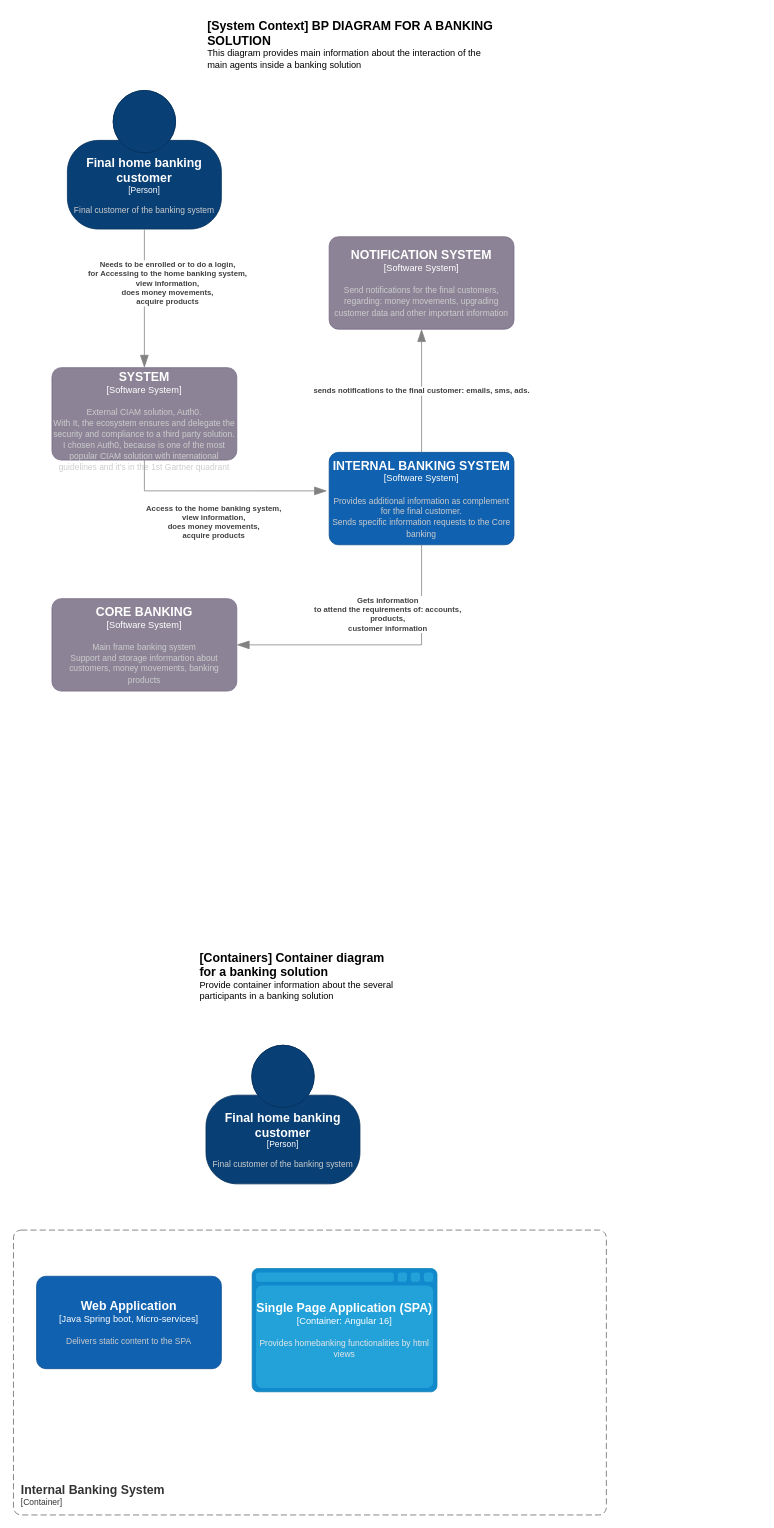
icoronadoarellano/devsuchallenge keeps this draw.io diagram as devsuC4BP_isaac_coronado.drawio. Above is the earlier version. Source tidied: cells renumbered, new cells numbered last; positions are measured from the earlier drawing's top-left corner, leaving out a move shared by most shapes. Both pictures are drawn from the tidied source at 77%, with x=0, y=0 at pixel (13, 13).
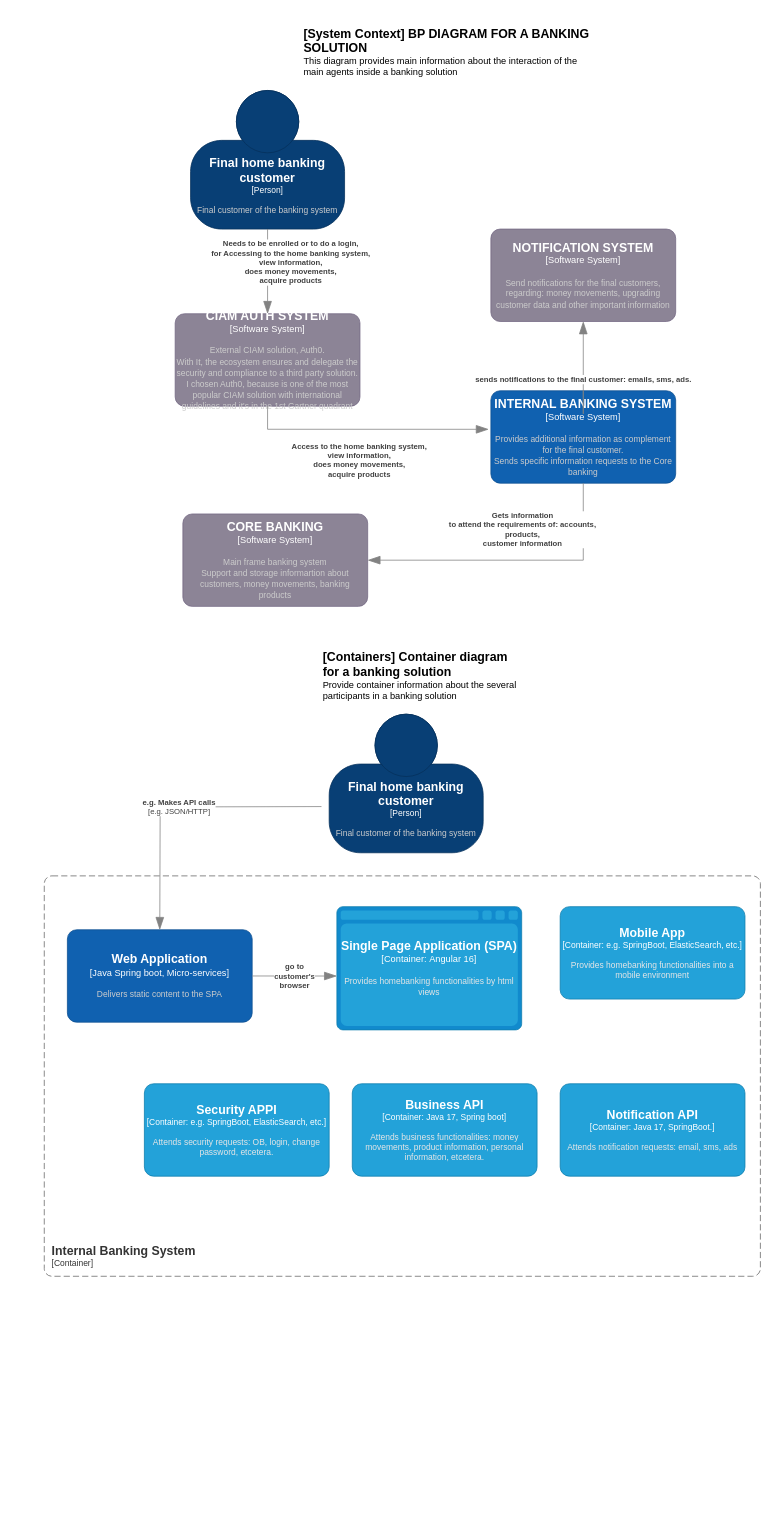
Above is the later version.

The edit, as a diff of the source:
```diff
@@
     <object id="2" label="&lt;font style=&quot;font-size: 16px&quot;&gt;&lt;b&gt;%c4Name%&lt;/b&gt;&lt;/font&gt;&lt;div&gt;[%c4Type%]&lt;/div&gt;&lt;br&gt;&lt;div&gt;&lt;font style=&quot;font-size: 11px&quot;&gt;&lt;font color=&quot;#cccccc&quot;&gt;%c4Description%&lt;/font&gt;&lt;/div&gt;" c4Description="Final customer of the banking system" c4Name="Final home banking customer" c4Type="Person" placeholders="1">
       <mxCell style="html=1;fontSize=11;dashed=0;whiteSpace=wrap;fillColor=#083F75;strokeColor=#06315C;fontColor=#ffffff;shape=mxgraph.c4.person2;align=center;points=[[0.5,0,0],[1,0.5,0],[1,0.75,0],[0.75,1,0],[0.5,1,0],[0.25,1,0],[0,0.75,0],[0,0.5,0]];" parent="1" vertex="1">
-        <mxGeometry x="70" y="100" width="200" height="180" as="geometry" />
+        <mxGeometry x="230" y="100" width="200" height="180" as="geometry" />
       </mxCell>
     </object>
     <object id="3" label="&lt;font style=&quot;font-size: 16px&quot;&gt;&lt;b&gt;%c4Name%&lt;/b&gt;&lt;/font&gt;&lt;div&gt;[%c4Type%]&lt;/div&gt;&lt;br&gt;&lt;div&gt;&lt;font style=&quot;font-size: 11px&quot;&gt;&lt;font color=&quot;#cccccc&quot;&gt;%c4Description%&lt;/font&gt;&lt;/div&gt;" c4Description="Main frame banking system&#10;Support and storage informartion about customers, money movements, banking products" c4Name="CORE BANKING" c4Type="Software System" placeholders="1">
       <mxCell style="rounded=1;whiteSpace=wrap;html=1;labelBackgroundColor=none;fillColor=#8C8496;fontColor=#ffffff;align=center;arcSize=10;strokeColor=#736782;points=[[0.25,0,0],[0.5,0,0],[0.75,0,0],[1,0.25,0],[1,0.5,0],[1,0.75,0],[0.75,1,0],[0.5,1,0],[0.25,1,0],[0,0.75,0],[0,0.5,0],[0,0.25,0]];" parent="1" vertex="1">
-        <mxGeometry x="50" y="760" width="240" height="120" as="geometry" />
+        <mxGeometry x="220" y="650" width="240" height="120" as="geometry" />
       </mxCell>
     </object>
     <object id="4" label="&lt;font style=&quot;font-size: 16px&quot;&gt;&lt;b&gt;%c4Name%&lt;/b&gt;&lt;/font&gt;&lt;div&gt;[%c4Type%]&lt;/div&gt;&lt;br&gt;&lt;div&gt;&lt;font style=&quot;font-size: 11px&quot;&gt;&lt;font color=&quot;#cccccc&quot;&gt;%c4Description%&lt;/font&gt;&lt;/div&gt;" c4Description="Provides additional information as complement for the final customer.&#10;Sends specific information requests to the Core banking  " c4Name="INTERNAL BANKING SYSTEM" c4Type="Software System" placeholders="1">
       <mxCell style="rounded=1;whiteSpace=wrap;html=1;labelBackgroundColor=none;fillColor=#1061B0;fontColor=#ffffff;align=center;arcSize=10;strokeColor=#0D5091;points=[[0.25,0,0],[0.5,0,0],[0.75,0,0],[1,0.25,0],[1,0.5,0],[1,0.75,0],[0.75,1,0],[0.5,1,0],[0.25,1,0],[0,0.75,0],[0,0.5,0],[0,0.25,0]];" parent="1" vertex="1">
-        <mxGeometry x="410" y="570" width="240" height="120" as="geometry" />
+        <mxGeometry x="620" y="490" width="240" height="120" as="geometry" />
       </mxCell>
     </object>
     <object id="5" label="&lt;font style=&quot;font-size: 16px&quot;&gt;&lt;b&gt;%c4Name%&lt;/b&gt;&lt;/font&gt;&lt;div&gt;[%c4Type%]&lt;/div&gt;&lt;br&gt;&lt;div&gt;&lt;font style=&quot;font-size: 11px&quot;&gt;&lt;font color=&quot;#cccccc&quot;&gt;%c4Description%&lt;/font&gt;&lt;/div&gt;" c4Description="Send notifications for the final customers, regarding: money movements, upgrading customer data and other important information" c4Name="NOTIFICATION SYSTEM" c4Type="Software System" placeholders="1">
       <mxCell style="rounded=1;whiteSpace=wrap;html=1;labelBackgroundColor=none;fillColor=#8C8496;fontColor=#ffffff;align=center;arcSize=10;strokeColor=#736782;points=[[0.25,0,0],[0.5,0,0],[0.75,0,0],[1,0.25,0],[1,0.5,0],[1,0.75,0],[0.75,1,0],[0.5,1,0],[0.25,1,0],[0,0.75,0],[0,0.5,0],[0,0.25,0]];" parent="1" vertex="1">
-        <mxGeometry x="410" y="290" width="240" height="120" as="geometry" />
+        <mxGeometry x="620" y="280" width="240" height="120" as="geometry" />
       </mxCell>
     </object>
     <object id="6" label="&lt;font style=&quot;font-size: 16px&quot;&gt;&lt;b&gt;&lt;div style=&quot;text-align: left&quot;&gt;%c4Name%&lt;/div&gt;&lt;/b&gt;&lt;/font&gt;&lt;div style=&quot;text-align: left&quot;&gt;%c4Description%&lt;/div&gt;" c4Description="This diagram provides main information about the interaction of the main agents inside a banking solution" c4Name="[System Context] BP DIAGRAM FOR A BANKING SOLUTION" placeholders="1">
       <mxCell style="text;html=1;strokeColor=none;fillColor=none;align=left;verticalAlign=top;whiteSpace=wrap;rounded=0;" parent="1" vertex="1">
-        <mxGeometry x="250" width="380" height="40" as="geometry" />
+        <mxGeometry x="375" y="10" width="380" height="40" as="geometry" />
       </mxCell>
     </object>
-    <object id="7" label="&lt;font style=&quot;font-size: 16px&quot;&gt;&lt;b&gt;%c4Name%&lt;/b&gt;&lt;/font&gt;&lt;div&gt;[%c4Type%]&lt;/div&gt;&lt;br&gt;&lt;div&gt;&lt;font style=&quot;font-size: 11px&quot;&gt;&lt;font color=&quot;#cccccc&quot;&gt;%c4Description%&lt;/font&gt;&lt;/div&gt;" c4Description="External CIAM solution, Auth0.&#10;With It, the ecosystem ensures and delegate the security and compliance to a third party solution.&#10;I chosen Auth0, because is one of the most popular CIAM solution with international guidelines and it's in the 1st Gartner quadrant" c4Name="CIAM AUTHORIZATION SYSTEM" c4Type="Software System" placeholders="1">
+    <object id="7" label="&lt;font style=&quot;font-size: 16px&quot;&gt;&lt;b&gt;%c4Name%&lt;/b&gt;&lt;/font&gt;&lt;div&gt;[%c4Type%]&lt;/div&gt;&lt;br&gt;&lt;div&gt;&lt;font style=&quot;font-size: 11px&quot;&gt;&lt;font color=&quot;#cccccc&quot;&gt;%c4Description%&lt;/font&gt;&lt;/div&gt;" c4Description="External CIAM solution, Auth0.&#10;With It, the ecosystem ensures and delegate the security and compliance to a third party solution.&#10;I chosen Auth0, because is one of the most popular CIAM solution with international guidelines and it's in the 1st Gartner quadrant" c4Name="CIAM AUTH SYSTEM" c4Type="Software System" placeholders="1">
       <mxCell style="rounded=1;whiteSpace=wrap;html=1;labelBackgroundColor=none;fillColor=#8C8496;fontColor=#ffffff;align=center;arcSize=10;strokeColor=#736782;points=[[0.25,0,0],[0.5,0,0],[0.75,0,0],[1,0.25,0],[1,0.5,0],[1,0.75,0],[0.75,1,0],[0.5,1,0],[0.25,1,0],[0,0.75,0],[0,0.5,0],[0,0.25,0]];" parent="1" vertex="1">
-        <mxGeometry x="50" y="460" width="240" height="120" as="geometry" />
+        <mxGeometry x="210" y="390" width="240" height="120" as="geometry" />
       </mxCell>
     </object>
@@
     <object id="9" label="&lt;div style=&quot;text-align: left&quot;&gt;&lt;div style=&quot;text-align: center&quot;&gt;&lt;b&gt;%c4Description%&lt;/b&gt;&lt;/div&gt;" c4Description="Access to the home banking system,&#10; view information,&#10; does money movements,&#10; acquire products" placeholders="1">
       <mxCell style="endArrow=blockThin;html=1;fontSize=10;fontColor=#404040;strokeWidth=1;endFill=1;strokeColor=#828282;elbow=vertical;endSize=14;startSize=14;jumpStyle=arc;jumpSize=16;rounded=0;edgeStyle=orthogonalEdgeStyle;exitX=0.5;exitY=1;exitDx=0;exitDy=0;exitPerimeter=0;entryX=-0.012;entryY=0.417;entryDx=0;entryDy=0;entryPerimeter=0;" parent="1" edge="1" source="7" target="4">
         <mxGeometry x="-0.06" y="-40" relative="1" as="geometry">
           <Array as="points">
-            <mxPoint x="170" y="620" />
+            <mxPoint x="330" y="540" />
           </Array>
         </mxGeometry>
       </mxCell>
     </object>
@@
     <object id="11" label="&lt;div style=&quot;text-align: left&quot;&gt;&lt;div style=&quot;text-align: center&quot;&gt;&lt;b&gt;%c4Description%&lt;/b&gt;&lt;/div&gt;" c4Description="sends notifications to the final customer: emails, sms, ads.&#10;" placeholders="1">
       <mxCell style="endArrow=blockThin;html=1;fontSize=10;fontColor=#404040;strokeWidth=1;endFill=1;strokeColor=#828282;elbow=vertical;endSize=14;startSize=14;jumpStyle=arc;jumpSize=16;rounded=0;edgeStyle=orthogonalEdgeStyle;exitX=0.5;exitY=0;exitDx=0;exitDy=0;exitPerimeter=0;entryX=0.5;entryY=1;entryDx=0;entryDy=0;entryPerimeter=0;" parent="1" edge="1" source="4" target="5">
         <mxGeometry relative="1" as="geometry">
           <Array as="points">
-            <mxPoint x="530" y="420" />
+            <mxPoint x="740" y="520" />
           </Array>
         </mxGeometry>
       </mxCell>
     </object>
     <object id="12" label="&lt;font style=&quot;font-size: 16px&quot;&gt;&lt;b&gt;%c4Name%&lt;/b&gt;&lt;/font&gt;&lt;div&gt;[%c4Type%]&lt;/div&gt;&lt;br&gt;&lt;div&gt;&lt;font style=&quot;font-size: 11px&quot;&gt;&lt;font color=&quot;#cccccc&quot;&gt;%c4Description%&lt;/font&gt;&lt;/div&gt;" c4Description="Final customer of the banking system" c4Name="Final home banking customer" c4Type="Person" placeholders="1">
       <mxCell style="html=1;fontSize=11;dashed=0;whiteSpace=wrap;fillColor=#083F75;strokeColor=#06315C;fontColor=#ffffff;shape=mxgraph.c4.person2;align=center;" parent="1" vertex="1">
-        <mxGeometry x="250" y="1340" width="200" height="180" as="geometry" />
+        <mxGeometry x="410" y="910" width="200" height="180" as="geometry" />
       </mxCell>
     </object>
     <object id="13" label="&lt;font style=&quot;font-size: 16px&quot;&gt;&lt;b&gt;&lt;div style=&quot;text-align: left&quot;&gt;%c4Name%&lt;/div&gt;&lt;/b&gt;&lt;/font&gt;&lt;div style=&quot;text-align: left&quot;&gt;%c4Description%&lt;/div&gt;" c4Description="Provide container information about the several participants in a banking solution" c4Name="[Containers] Container diagram for a banking solution" placeholders="1">
       <mxCell style="text;html=1;strokeColor=none;fillColor=none;align=left;verticalAlign=top;whiteSpace=wrap;rounded=0;" parent="1" vertex="1">
-        <mxGeometry x="240" y="1210" width="260" height="40" as="geometry" />
+        <mxGeometry x="400" y="820" width="260" height="40" as="geometry" />
       </mxCell>
     </object>
     <object id="14" label="&lt;font style=&quot;font-size: 16px&quot;&gt;&lt;b&gt;&lt;div style=&quot;text-align: left&quot;&gt;%c4Name%&lt;/div&gt;&lt;/b&gt;&lt;/font&gt;&lt;div style=&quot;text-align: left&quot;&gt;[%c4Application%]&lt;/div&gt;" c4Application="Container" c4Name="Internal Banking System" placeholders="1">
       <mxCell style="rounded=1;fontSize=11;whiteSpace=wrap;html=1;dashed=1;arcSize=20;fillColor=none;strokeColor=#666666;fontColor=#333333;labelBackgroundColor=none;align=left;verticalAlign=bottom;labelBorderColor=none;spacingTop=0;spacing=10;dashPattern=8 4;perimeter=rectanglePerimeter;noLabel=0;labelPadding=0;absoluteArcSize=1;" parent="1" vertex="1">
-        <mxGeometry y="1580" width="770" height="370" as="geometry" />
+        <mxGeometry x="40" y="1120" width="930" height="520" as="geometry" />
       </mxCell>
     </object>
     <object id="15" label="&lt;font style=&quot;font-size: 16px&quot;&gt;&lt;b&gt;%c4Name%&lt;/b&gt;&lt;/font&gt;&lt;div&gt;[%c4Type%]&lt;/div&gt;&lt;br&gt;&lt;div&gt;&lt;font style=&quot;font-size: 11px&quot;&gt;&lt;font color=&quot;#cccccc&quot;&gt;%c4Description%&lt;/font&gt;&lt;/div&gt;" c4Description="Delivers static content to the SPA" c4Name="Web Application" c4Type="Java Spring boot, Micro-services" placeholders="1">
       <mxCell style="rounded=1;whiteSpace=wrap;html=1;labelBackgroundColor=none;fillColor=#1061B0;fontColor=#ffffff;align=center;arcSize=10;strokeColor=#0D5091;points=[[0.25,0,0],[0.5,0,0],[0.75,0,0],[1,0.25,0],[1,0.5,0],[1,0.75,0],[0.75,1,0],[0.5,1,0],[0.25,1,0],[0,0.75,0],[0,0.5,0],[0,0.25,0]];" parent="1" vertex="1">
-        <mxGeometry x="30" y="1640" width="240" height="120" as="geometry" />
+        <mxGeometry x="70" y="1190" width="240" height="120" as="geometry" />
       </mxCell>
     </object>
     <object id="16" label="&lt;font style=&quot;font-size: 16px&quot;&gt;&lt;b&gt;%c4Name%&lt;/b&gt;&lt;/font&gt;&lt;div&gt;[%c4Type%:&amp;nbsp;%c4Technology%]&lt;/div&gt;&lt;br&gt;&lt;div&gt;&lt;font style=&quot;font-size: 11px&quot;&gt;&lt;font color=&quot;#E6E6E6&quot;&gt;%c4Description%&lt;/font&gt;&lt;/div&gt;" c4Description="Provides homebanking functionalities by html views" c4Name="Single Page Application (SPA)" c4Technology="Angular 16" c4Type="Container" placeholders="1">
-      <mxCell style="shape=mxgraph.c4.webBrowserContainer2;whiteSpace=wrap;html=1;boundedLbl=1;rounded=0;labelBackgroundColor=none;strokeColor=#118ACD;fillColor=#23A2D9;strokeColor=#118ACD;strokeColor2=#0E7DAD;fontSize=12;fontColor=#ffffff;align=center;points=[[0.5,0,0],[1,0.25,0],[1,0.5,0],[1,0.75,0],[0.5,1,0],[0,0.75,0],[0,0.5,0],[0,0.25,0]];" parent="1" vertex="1">
-        <mxGeometry x="310" y="1630" width="240" height="160" as="geometry" />
+      <mxCell style="shape=mxgraph.c4.webBrowserContainer2;whiteSpace=wrap;html=1;boundedLbl=1;rounded=0;labelBackgroundColor=none;strokeColor=#118ACD;fillColor=#23A2D9;strokeColor=#118ACD;strokeColor2=#0E7DAD;fontSize=12;fontColor=#ffffff;align=center;points=[[0.5,0,0],[1,0.25,0],[1,0.5,0],[1,0.75,0],[0.5,1,0],[0,0.75,0],[0,0.5,0],[0,0.25,0]];shadow=0;" parent="1" vertex="1">
+        <mxGeometry x="420" y="1160" width="240" height="160" as="geometry" />
       </mxCell>
     </object>
+    <object id="17" label="&lt;div style=&quot;text-align: left&quot;&gt;&lt;div style=&quot;text-align: center&quot;&gt;&lt;b&gt;%c4Description%&lt;/b&gt;&lt;/div&gt;" c4Description="go to&#10;customer's&#10; browser" placeholders="1">
+      <mxCell style="endArrow=blockThin;html=1;fontSize=10;fontColor=#404040;strokeWidth=1;endFill=1;strokeColor=#828282;elbow=vertical;endSize=14;startSize=14;jumpStyle=arc;jumpSize=16;rounded=0;edgeStyle=orthogonalEdgeStyle;exitX=1;exitY=0.5;exitDx=0;exitDy=0;exitPerimeter=0;entryX=0;entryY=0.563;entryDx=0;entryDy=0;entryPerimeter=0;" parent="1" edge="1" source="15" target="16">
+        <mxGeometry relative="1" as="geometry" />
+      </mxCell>
+    </object>
+    <object id="18" label="&lt;font style=&quot;font-size: 16px&quot;&gt;&lt;b&gt;%c4Name%&lt;/b&gt;&lt;/font&gt;&lt;div&gt;[%c4Type%: %c4Technology%]&lt;/div&gt;&lt;br&gt;&lt;div&gt;&lt;font style=&quot;font-size: 11px&quot;&gt;&lt;font color=&quot;#E6E6E6&quot;&gt;%c4Description%&lt;/font&gt;&lt;/div&gt;" c4Description="Provides homebanking functionalities into a mobile environment" c4Name="Mobile App" c4Technology="e.g. SpringBoot, ElasticSearch, etc." c4Type="Container" placeholders="1">
+      <mxCell style="rounded=1;whiteSpace=wrap;html=1;fontSize=11;labelBackgroundColor=none;fillColor=#23A2D9;fontColor=#ffffff;align=center;arcSize=10;strokeColor=#0E7DAD;" parent="1" vertex="1">
+        <mxGeometry x="710" y="1160" width="240" height="120" as="geometry" />
+      </mxCell>
+    </object>
+    <object id="19" label="&lt;font style=&quot;font-size: 16px&quot;&gt;&lt;b&gt;%c4Name%&lt;/b&gt;&lt;/font&gt;&lt;div&gt;[%c4Type%: %c4Technology%]&lt;/div&gt;&lt;br&gt;&lt;div&gt;&lt;font style=&quot;font-size: 11px&quot;&gt;&lt;font color=&quot;#E6E6E6&quot;&gt;%c4Description%&lt;/font&gt;&lt;/div&gt;" c4Description="Attends business functionalities: money movements, product information, personal information, etcetera." c4Name="Business API" c4Technology="Java 17, Spring boot" c4Type="Container" placeholders="1">
+      <mxCell style="rounded=1;whiteSpace=wrap;html=1;fontSize=11;labelBackgroundColor=none;fillColor=#23A2D9;fontColor=#ffffff;align=center;arcSize=10;strokeColor=#0E7DAD;" parent="1" vertex="1">
+        <mxGeometry x="440" y="1390" width="240" height="120" as="geometry" />
+      </mxCell>
+    </object>
+    <object id="20" label="&lt;font style=&quot;font-size: 16px&quot;&gt;&lt;b&gt;%c4Name%&lt;/b&gt;&lt;/font&gt;&lt;div&gt;[%c4Type%: %c4Technology%]&lt;/div&gt;&lt;br&gt;&lt;div&gt;&lt;font style=&quot;font-size: 11px&quot;&gt;&lt;font color=&quot;#E6E6E6&quot;&gt;%c4Description%&lt;/font&gt;&lt;/div&gt;" c4Description="Attends security requests: OB, login, change password, etcetera." c4Name="Security APPI" c4Technology="e.g. SpringBoot, ElasticSearch, etc." c4Type="Container" placeholders="1">
+      <mxCell style="rounded=1;whiteSpace=wrap;html=1;fontSize=11;labelBackgroundColor=none;fillColor=#23A2D9;fontColor=#ffffff;align=center;arcSize=10;strokeColor=#0E7DAD;" parent="1" vertex="1">
+        <mxGeometry x="170" y="1390" width="240" height="120" as="geometry" />
+      </mxCell>
+    </object>
+    <object id="21" label="&lt;font style=&quot;font-size: 16px&quot;&gt;&lt;b&gt;%c4Name%&lt;/b&gt;&lt;/font&gt;&lt;div&gt;[%c4Type%: %c4Technology%]&lt;/div&gt;&lt;br&gt;&lt;div&gt;&lt;font style=&quot;font-size: 11px&quot;&gt;&lt;font color=&quot;#E6E6E6&quot;&gt;%c4Description%&lt;/font&gt;&lt;/div&gt;" c4Description="Attends notification requests: email, sms, ads" c4Name="Notification API" c4Technology="Java 17, SpringBoot." c4Type="Container" placeholders="1">
+      <mxCell style="rounded=1;whiteSpace=wrap;html=1;fontSize=11;labelBackgroundColor=none;fillColor=#23A2D9;fontColor=#ffffff;align=center;arcSize=10;strokeColor=#0E7DAD;" parent="1" vertex="1">
+        <mxGeometry x="710" y="1390" width="240" height="120" as="geometry" />
+      </mxCell>
+    </object>
+    <object id="22" label="&lt;div style=&quot;text-align: left&quot;&gt;&lt;div style=&quot;text-align: center&quot;&gt;&lt;b&gt;%c4Description%&lt;/b&gt;&lt;/div&gt;&lt;div style=&quot;text-align: center&quot;&gt;[%c4Technology%]&lt;/div&gt;&lt;/div&gt;" c4Description="e.g. Makes API calls" c4Technology="e.g. JSON/HTTP" placeholders="1">
+      <mxCell style="endArrow=blockThin;html=1;fontSize=10;fontColor=#404040;strokeWidth=1;endFill=1;strokeColor=#828282;elbow=vertical;endSize=14;startSize=14;jumpStyle=arc;jumpSize=16;rounded=0;edgeStyle=orthogonalEdgeStyle;" parent="1" edge="1">
+        <mxGeometry relative="1" as="geometry">
+          <mxPoint x="400" y="1030" as="sourcePoint" />
+          <mxPoint x="190" y="1190" as="targetPoint" />
+        </mxGeometry>
+      </mxCell>
+    </object>
```
